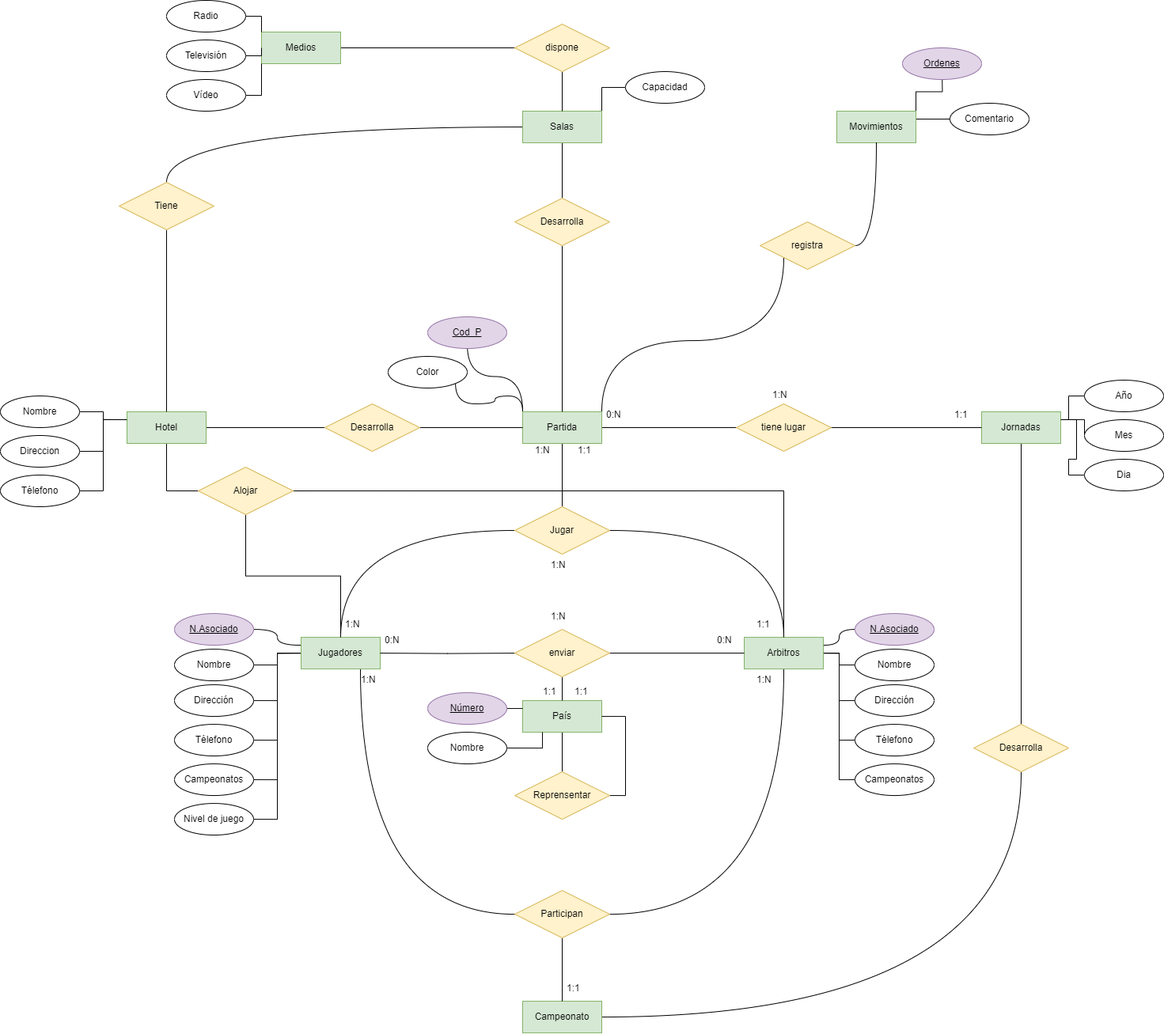
jdrguez/2-Daw keeps this draw.io diagram as Unidad-1/Tareas/Tarea-evaluable2/tarea_evaluable2.drawio.png. Above is the earlier version. Source tidied: cells renumbered, new cells last; positions are measured from the earlier drawing's top-left corner, leaving out a move shared by most shapes.
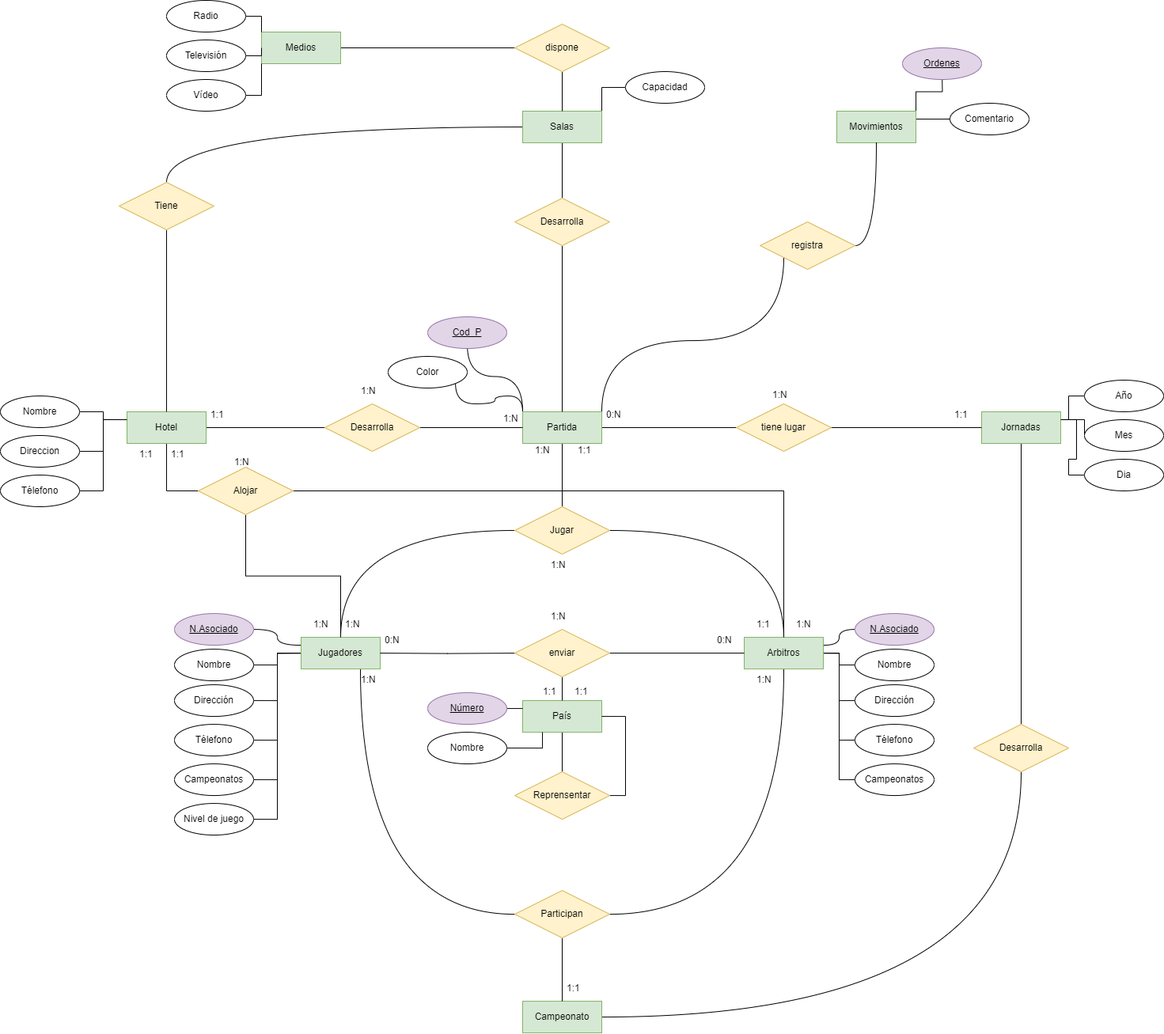
After the change.

Diff of the diagram source:
```diff
@@ -370,5 +370,29 @@
     <mxCell id="121" value="1:N" style="text;strokeColor=none;fillColor=none;spacingLeft=4;spacingRight=4;overflow=hidden;fontSize=12;whiteSpace=wrap;html=1;" parent="1" vertex="1">
       <mxGeometry x="970" y="485" width="40" height="30" as="geometry" />
     </mxCell>
+    <mxCell id="122" value="1:N" style="text;strokeColor=none;fillColor=none;spacingLeft=4;spacingRight=4;overflow=hidden;fontSize=12;whiteSpace=wrap;html=1;" parent="1" vertex="1">
+      <mxGeometry x="630" y="515" width="40" height="30" as="geometry" />
+    </mxCell>
+    <mxCell id="123" value="1:1" style="text;strokeColor=none;fillColor=none;spacingLeft=4;spacingRight=4;overflow=hidden;fontSize=12;whiteSpace=wrap;html=1;" parent="1" vertex="1">
+      <mxGeometry x="260" y="510" width="40" height="30" as="geometry" />
+    </mxCell>
+    <mxCell id="124" value="1:N" style="text;strokeColor=none;fillColor=none;spacingLeft=4;spacingRight=4;overflow=hidden;fontSize=12;whiteSpace=wrap;html=1;" parent="1" vertex="1">
+      <mxGeometry x="450" y="480" width="40" height="30" as="geometry" />
+    </mxCell>
+    <mxCell id="125" value="1:N" style="text;strokeColor=none;fillColor=none;spacingLeft=4;spacingRight=4;overflow=hidden;fontSize=12;whiteSpace=wrap;html=1;" parent="1" vertex="1">
+      <mxGeometry x="1000" y="775.1" width="40" height="30" as="geometry" />
+    </mxCell>
+    <mxCell id="126" value="1:N" style="text;strokeColor=none;fillColor=none;spacingLeft=4;spacingRight=4;overflow=hidden;fontSize=12;whiteSpace=wrap;html=1;" parent="1" vertex="1">
+      <mxGeometry x="390" y="775.1" width="40" height="30" as="geometry" />
+    </mxCell>
+    <mxCell id="127" value="1:1" style="text;strokeColor=none;fillColor=none;spacingLeft=4;spacingRight=4;overflow=hidden;fontSize=12;whiteSpace=wrap;html=1;" parent="1" vertex="1">
+      <mxGeometry x="210" y="560" width="40" height="30" as="geometry" />
+    </mxCell>
+    <mxCell id="128" value="1:1" style="text;strokeColor=none;fillColor=none;spacingLeft=4;spacingRight=4;overflow=hidden;fontSize=12;whiteSpace=wrap;html=1;" parent="1" vertex="1">
+      <mxGeometry x="170" y="560" width="40" height="30" as="geometry" />
+    </mxCell>
+    <mxCell id="129" value="1:N" style="text;strokeColor=none;fillColor=none;spacingLeft=4;spacingRight=4;overflow=hidden;fontSize=12;whiteSpace=wrap;html=1;" parent="1" vertex="1">
+      <mxGeometry x="290" y="570" width="40" height="30" as="geometry" />
+    </mxCell>
   </root>
 </mxGraphModel>
```
